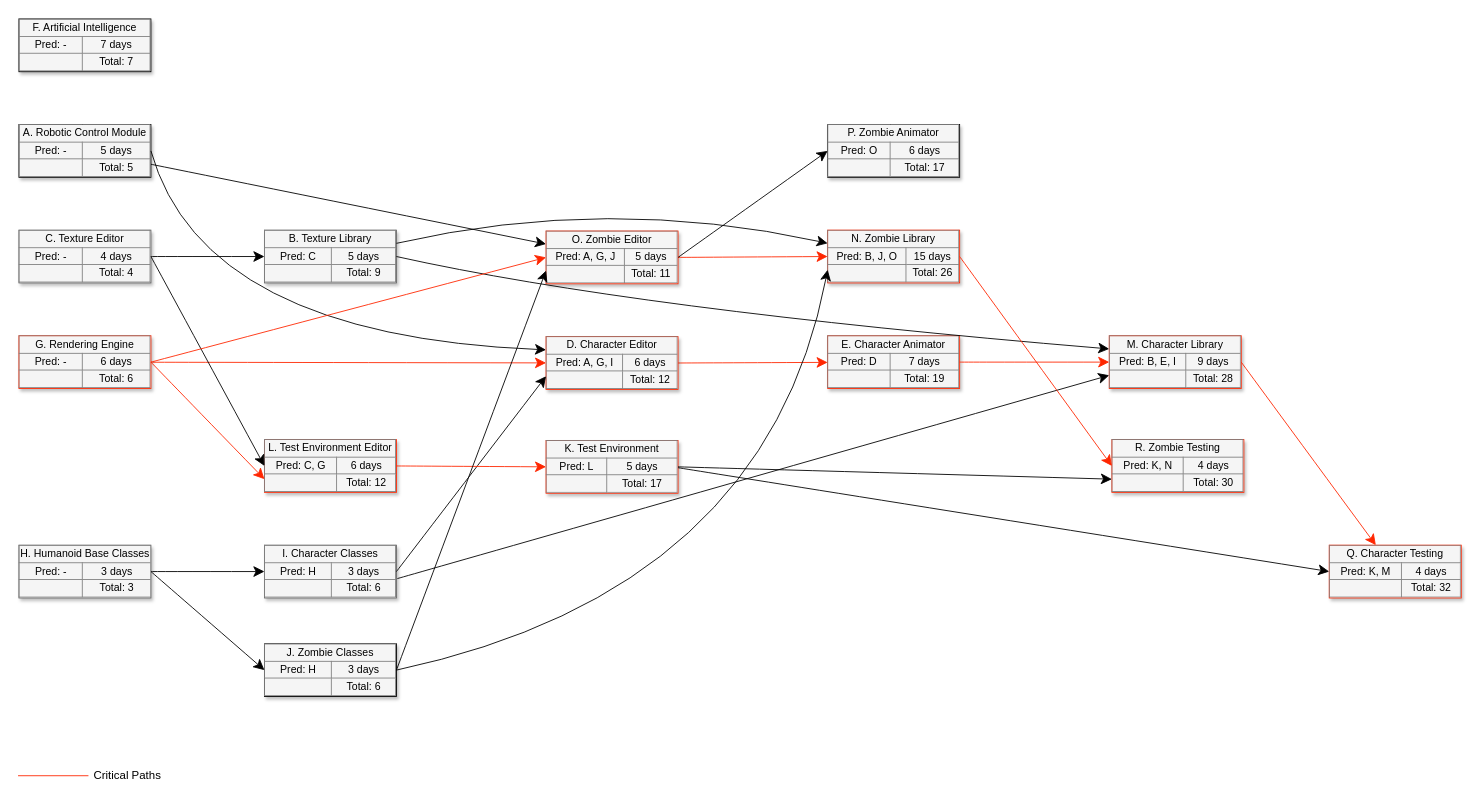
This is Untitled Diagram.drawio from bagheeraja/PERT, a draw.io file, before an edit. Source tidied: cells renumbered, new cells numbered last; positions are measured from the earlier drawing's top-left corner, leaving out a move shared by most shapes. Both pictures are drawn from the tidied source at 88%, with x=0, y=0 at pixel (18, 18).
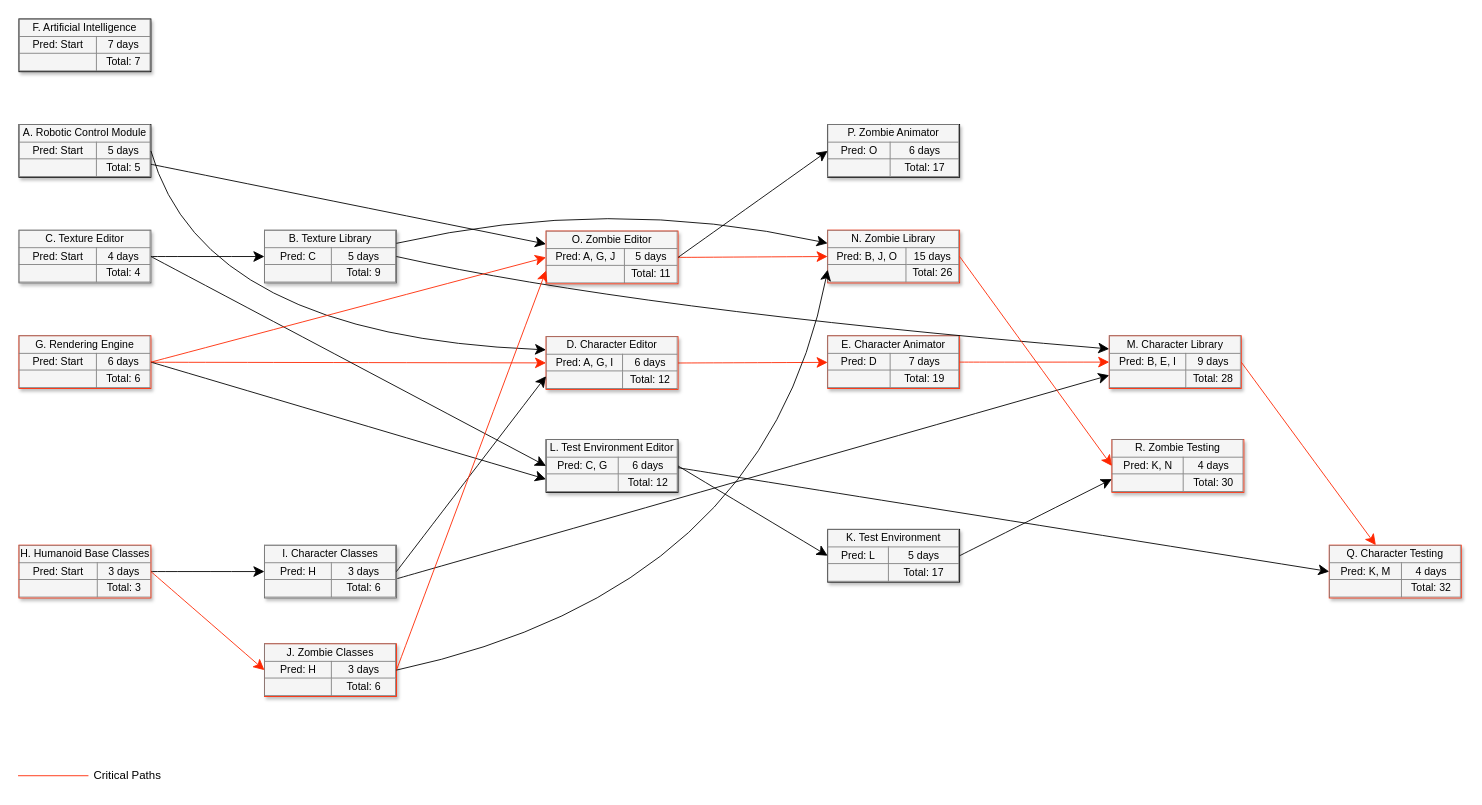
After the change.

The change refers to these unchanged cells:
```xml
<mxCell id="12" value="&lt;table border=&quot;1&quot; width=&quot;100%&quot; style=&quot;width: 100% ; height: 100% ; border-collapse: collapse&quot;&gt;&lt;tbody&gt;&lt;tr&gt;&lt;td colspan=&quot;2&quot; align=&quot;center&quot;&gt;&lt;font style=&quot;font-size: 12px&quot;&gt;O. Zombie Editor&lt;/font&gt;&lt;/td&gt;&lt;/tr&gt;&lt;tr&gt;&lt;td align=&quot;center&quot;&gt;Pred: A, G, J&lt;/td&gt;&lt;td align=&quot;center&quot;&gt;&lt;font style=&quot;font-size: 12px&quot;&gt;5 days&lt;/font&gt;&lt;/td&gt;&lt;/tr&gt;&lt;tr&gt;&lt;td align=&quot;center&quot;&gt;&lt;/td&gt;&lt;td align=&quot;center&quot;&gt;Total: 11&lt;/td&gt;&lt;/tr&gt;&lt;/tbody&gt;&lt;/table&gt;" style="text;html=1;strokeColor=light-dark(#ff2600, #ff9090);fillColor=#f5f5f5;overflow=fill;rounded=0;shadow=1;fontSize=12;align=center;" parent="1" vertex="1">
  <mxGeometry x="600" y="241" width="150" height="60" as="geometry" />
</mxCell>
```

Change to the diagram source:
```diff
@@
-    <mxCell id="3" value="&lt;table border=&quot;1&quot; width=&quot;100%&quot; style=&quot;width: 100% ; height: 100% ; border-collapse: collapse&quot;&gt;&lt;tbody&gt;&lt;tr&gt;&lt;td colspan=&quot;2&quot; align=&quot;center&quot;&gt;A. Robotic Control Module&lt;/td&gt;&lt;/tr&gt;&lt;tr&gt;&lt;td align=&quot;center&quot;&gt;Pred: -&lt;/td&gt;&lt;td align=&quot;center&quot;&gt;&lt;font style=&quot;font-size: 12px;&quot;&gt;5 days&lt;/font&gt;&lt;/td&gt;&lt;/tr&gt;&lt;tr&gt;&lt;td align=&quot;center&quot;&gt;&lt;/td&gt;&lt;td align=&quot;center&quot;&gt;Total: 5&lt;/td&gt;&lt;/tr&gt;&lt;/tbody&gt;&lt;/table&gt;" style="text;html=1;strokeColor=light-dark(#000000, #ff9090);fillColor=#f5f5f5;overflow=fill;rounded=0;shadow=1;fontSize=12;align=center;" parent="1" vertex="1">
+    <mxCell id="3" value="&lt;table border=&quot;1&quot; width=&quot;100%&quot; style=&quot;width: 100% ; height: 100% ; border-collapse: collapse&quot;&gt;&lt;tbody&gt;&lt;tr&gt;&lt;td colspan=&quot;2&quot; align=&quot;center&quot;&gt;A. Robotic Control Module&lt;/td&gt;&lt;/tr&gt;&lt;tr&gt;&lt;td align=&quot;center&quot;&gt;Pred: Start&lt;/td&gt;&lt;td align=&quot;center&quot;&gt;&lt;font style=&quot;font-size: 12px;&quot;&gt;5 days&lt;/font&gt;&lt;/td&gt;&lt;/tr&gt;&lt;tr&gt;&lt;td align=&quot;center&quot;&gt;&lt;/td&gt;&lt;td align=&quot;center&quot;&gt;Total: 5&lt;/td&gt;&lt;/tr&gt;&lt;/tbody&gt;&lt;/table&gt;" style="text;html=1;strokeColor=light-dark(#000000, #ff9090);fillColor=#f5f5f5;overflow=fill;rounded=0;shadow=1;fontSize=12;align=center;" parent="1" vertex="1">
       <mxGeometry x="1" y="120" width="150" height="60" as="geometry" />
     </mxCell>
-    <mxCell id="4" value="&lt;table border=&quot;1&quot; width=&quot;100%&quot; style=&quot;width: 100% ; height: 100% ; border-collapse: collapse&quot;&gt;&lt;tbody&gt;&lt;tr&gt;&lt;td colspan=&quot;2&quot; align=&quot;center&quot;&gt;&lt;font style=&quot;font-size: 12px&quot;&gt;K. Test Environment&lt;/font&gt;&lt;/td&gt;&lt;/tr&gt;&lt;tr&gt;&lt;td align=&quot;center&quot;&gt;Pred: L&lt;/td&gt;&lt;td align=&quot;center&quot;&gt;&lt;font style=&quot;font-size: 12px&quot;&gt;5 days&lt;/font&gt;&lt;/td&gt;&lt;/tr&gt;&lt;tr&gt;&lt;td align=&quot;center&quot;&gt;&lt;/td&gt;&lt;td align=&quot;center&quot;&gt;Total: 17&lt;/td&gt;&lt;/tr&gt;&lt;/tbody&gt;&lt;/table&gt;" style="text;html=1;strokeColor=light-dark(#ff2600, #ff9090);fillColor=#f5f5f5;overflow=fill;rounded=0;shadow=1;fontSize=12;align=center;" parent="1" vertex="1">
-      <mxGeometry x="600" y="479" width="150" height="60" as="geometry" />
+    <mxCell id="4" value="&lt;table border=&quot;1&quot; width=&quot;100%&quot; style=&quot;width: 100% ; height: 100% ; border-collapse: collapse&quot;&gt;&lt;tbody&gt;&lt;tr&gt;&lt;td colspan=&quot;2&quot; align=&quot;center&quot;&gt;&lt;font style=&quot;font-size: 12px&quot;&gt;K. Test Environment&lt;/font&gt;&lt;/td&gt;&lt;/tr&gt;&lt;tr&gt;&lt;td align=&quot;center&quot;&gt;Pred: L&lt;/td&gt;&lt;td align=&quot;center&quot;&gt;&lt;font style=&quot;font-size: 12px&quot;&gt;5 days&lt;/font&gt;&lt;/td&gt;&lt;/tr&gt;&lt;tr&gt;&lt;td align=&quot;center&quot;&gt;&lt;/td&gt;&lt;td align=&quot;center&quot;&gt;Total: 17&lt;/td&gt;&lt;/tr&gt;&lt;/tbody&gt;&lt;/table&gt;" style="text;html=1;strokeColor=light-dark(#000000,#FF9090);fillColor=#f5f5f5;overflow=fill;rounded=0;shadow=1;fontSize=12;align=center;" parent="1" vertex="1">
+      <mxGeometry x="920" y="580" width="150" height="60" as="geometry" />
     </mxCell>
@@
-    <mxCell id="11" value="&lt;table border=&quot;1&quot; width=&quot;100%&quot; style=&quot;width: 100% ; height: 100% ; border-collapse: collapse&quot;&gt;&lt;tbody&gt;&lt;tr&gt;&lt;td colspan=&quot;2&quot; align=&quot;center&quot;&gt;F. Artificial Intelligence&lt;/td&gt;&lt;/tr&gt;&lt;tr&gt;&lt;td align=&quot;center&quot;&gt;Pred: -&lt;/td&gt;&lt;td align=&quot;center&quot;&gt;&lt;font style=&quot;font-size: 12px&quot;&gt;7 days&lt;/font&gt;&lt;/td&gt;&lt;/tr&gt;&lt;tr&gt;&lt;td align=&quot;center&quot;&gt;&lt;/td&gt;&lt;td align=&quot;center&quot;&gt;Total: 7&lt;/td&gt;&lt;/tr&gt;&lt;/tbody&gt;&lt;/table&gt;" style="text;html=1;strokeColor=light-dark(#000000,#FF9090);fillColor=#f5f5f5;overflow=fill;rounded=0;shadow=1;fontSize=12;align=center;" parent="1" vertex="1">
+    <mxCell id="11" value="&lt;table border=&quot;1&quot; width=&quot;100%&quot; style=&quot;width: 100% ; height: 100% ; border-collapse: collapse&quot;&gt;&lt;tbody&gt;&lt;tr&gt;&lt;td colspan=&quot;2&quot; align=&quot;center&quot;&gt;F. Artificial Intelligence&lt;/td&gt;&lt;/tr&gt;&lt;tr&gt;&lt;td align=&quot;center&quot;&gt;Pred: Start&lt;/td&gt;&lt;td align=&quot;center&quot;&gt;&lt;font style=&quot;font-size: 12px&quot;&gt;7 days&lt;/font&gt;&lt;/td&gt;&lt;/tr&gt;&lt;tr&gt;&lt;td align=&quot;center&quot;&gt;&lt;/td&gt;&lt;td align=&quot;center&quot;&gt;Total: 7&lt;/td&gt;&lt;/tr&gt;&lt;/tbody&gt;&lt;/table&gt;" style="text;html=1;strokeColor=light-dark(#000000,#FF9090);fillColor=#f5f5f5;overflow=fill;rounded=0;shadow=1;fontSize=12;align=center;" parent="1" vertex="1">
       <mxGeometry x="1" width="150" height="60" as="geometry" />
     </mxCell>
@@
-    <mxCell id="14" value="&lt;table border=&quot;1&quot; width=&quot;100%&quot; style=&quot;width: 100% ; height: 100% ; border-collapse: collapse&quot;&gt;&lt;tbody&gt;&lt;tr&gt;&lt;td colspan=&quot;2&quot; align=&quot;center&quot;&gt;C. Texture Editor&lt;/td&gt;&lt;/tr&gt;&lt;tr&gt;&lt;td align=&quot;center&quot;&gt;Pred: -&lt;/td&gt;&lt;td align=&quot;center&quot;&gt;&lt;font style=&quot;font-size: 12px&quot;&gt;4 days&lt;/font&gt;&lt;/td&gt;&lt;/tr&gt;&lt;tr&gt;&lt;td align=&quot;center&quot;&gt;&lt;/td&gt;&lt;td align=&quot;center&quot;&gt;Total: 4&lt;/td&gt;&lt;/tr&gt;&lt;/tbody&gt;&lt;/table&gt;" style="text;html=1;strokeColor=#666666;fillColor=#f5f5f5;overflow=fill;rounded=0;shadow=1;fontSize=12;align=center;" parent="1" vertex="1">
+    <mxCell id="14" value="&lt;table border=&quot;1&quot; width=&quot;100%&quot; style=&quot;width: 100% ; height: 100% ; border-collapse: collapse&quot;&gt;&lt;tbody&gt;&lt;tr&gt;&lt;td colspan=&quot;2&quot; align=&quot;center&quot;&gt;C. Texture Editor&lt;/td&gt;&lt;/tr&gt;&lt;tr&gt;&lt;td align=&quot;center&quot;&gt;Pred: Start&lt;/td&gt;&lt;td align=&quot;center&quot;&gt;&lt;font style=&quot;font-size: 12px&quot;&gt;4 days&lt;/font&gt;&lt;/td&gt;&lt;/tr&gt;&lt;tr&gt;&lt;td align=&quot;center&quot;&gt;&lt;/td&gt;&lt;td align=&quot;center&quot;&gt;Total: 4&lt;/td&gt;&lt;/tr&gt;&lt;/tbody&gt;&lt;/table&gt;" style="text;html=1;strokeColor=#666666;fillColor=#f5f5f5;overflow=fill;rounded=0;shadow=1;fontSize=12;align=center;" parent="1" vertex="1">
       <mxGeometry x="1" y="240" width="150" height="60" as="geometry" />
     </mxCell>
@@
-    <mxCell id="16" value="&lt;table border=&quot;1&quot; width=&quot;100%&quot; style=&quot;width: 100% ; height: 100% ; border-collapse: collapse&quot;&gt;&lt;tbody&gt;&lt;tr&gt;&lt;td colspan=&quot;2&quot; align=&quot;center&quot;&gt;G. Rendering Engine&lt;/td&gt;&lt;/tr&gt;&lt;tr&gt;&lt;td align=&quot;center&quot;&gt;Pred: -&lt;/td&gt;&lt;td align=&quot;center&quot;&gt;&lt;font style=&quot;font-size: 12px&quot;&gt;6 days&lt;/font&gt;&lt;/td&gt;&lt;/tr&gt;&lt;tr&gt;&lt;td align=&quot;center&quot;&gt;&lt;/td&gt;&lt;td align=&quot;center&quot;&gt;Total: 6&lt;/td&gt;&lt;/tr&gt;&lt;/tbody&gt;&lt;/table&gt;" style="text;html=1;strokeColor=light-dark(#ff2600, #959595);fillColor=#f5f5f5;overflow=fill;rounded=0;shadow=1;fontSize=12;align=center;" parent="1" vertex="1">
+    <mxCell id="16" value="&lt;table border=&quot;1&quot; width=&quot;100%&quot; style=&quot;width: 100% ; height: 100% ; border-collapse: collapse&quot;&gt;&lt;tbody&gt;&lt;tr&gt;&lt;td colspan=&quot;2&quot; align=&quot;center&quot;&gt;G. Rendering Engine&lt;/td&gt;&lt;/tr&gt;&lt;tr&gt;&lt;td align=&quot;center&quot;&gt;Pred: Start&lt;/td&gt;&lt;td align=&quot;center&quot;&gt;&lt;font style=&quot;font-size: 12px&quot;&gt;6 days&lt;/font&gt;&lt;/td&gt;&lt;/tr&gt;&lt;tr&gt;&lt;td align=&quot;center&quot;&gt;&lt;/td&gt;&lt;td align=&quot;center&quot;&gt;Total: 6&lt;/td&gt;&lt;/tr&gt;&lt;/tbody&gt;&lt;/table&gt;" style="text;html=1;strokeColor=light-dark(#ff2600, #959595);fillColor=#f5f5f5;overflow=fill;rounded=0;shadow=1;fontSize=12;align=center;" parent="1" vertex="1">
       <mxGeometry x="1" y="360" width="150" height="60" as="geometry" />
     </mxCell>
-    <mxCell id="17" value="&lt;table border=&quot;1&quot; width=&quot;100%&quot; style=&quot;width: 100% ; height: 100% ; border-collapse: collapse&quot;&gt;&lt;tbody&gt;&lt;tr&gt;&lt;td colspan=&quot;2&quot; align=&quot;center&quot;&gt;J. Zombie Classes&lt;/td&gt;&lt;/tr&gt;&lt;tr&gt;&lt;td align=&quot;center&quot;&gt;Pred: H&lt;/td&gt;&lt;td align=&quot;center&quot;&gt;&lt;font style=&quot;font-size: 12px&quot;&gt;3 days&lt;/font&gt;&lt;/td&gt;&lt;/tr&gt;&lt;tr&gt;&lt;td align=&quot;center&quot;&gt;&lt;/td&gt;&lt;td align=&quot;center&quot;&gt;Total: 6&lt;/td&gt;&lt;/tr&gt;&lt;/tbody&gt;&lt;/table&gt;" style="text;html=1;strokeColor=light-dark(#000000, #ff9090);fillColor=#f5f5f5;overflow=fill;rounded=0;shadow=1;fontSize=12;align=center;" parent="1" vertex="1">
+    <mxCell id="17" value="&lt;table border=&quot;1&quot; width=&quot;100%&quot; style=&quot;width: 100% ; height: 100% ; border-collapse: collapse&quot;&gt;&lt;tbody&gt;&lt;tr&gt;&lt;td colspan=&quot;2&quot; align=&quot;center&quot;&gt;J. Zombie Classes&lt;/td&gt;&lt;/tr&gt;&lt;tr&gt;&lt;td align=&quot;center&quot;&gt;Pred: H&lt;/td&gt;&lt;td align=&quot;center&quot;&gt;&lt;font style=&quot;font-size: 12px&quot;&gt;3 days&lt;/font&gt;&lt;/td&gt;&lt;/tr&gt;&lt;tr&gt;&lt;td align=&quot;center&quot;&gt;&lt;/td&gt;&lt;td align=&quot;center&quot;&gt;Total: 6&lt;/td&gt;&lt;/tr&gt;&lt;/tbody&gt;&lt;/table&gt;" style="text;html=1;strokeColor=light-dark(#ff2600, #ff9090);fillColor=#f5f5f5;overflow=fill;rounded=0;shadow=1;fontSize=12;align=center;" parent="1" vertex="1">
       <mxGeometry x="280" y="710" width="150" height="60" as="geometry" />
     </mxCell>
@@
-    <mxCell id="21" value="&lt;table border=&quot;1&quot; width=&quot;100%&quot; style=&quot;width: 100% ; height: 100% ; border-collapse: collapse&quot;&gt;&lt;tbody&gt;&lt;tr&gt;&lt;td colspan=&quot;2&quot; align=&quot;center&quot;&gt;&lt;font style=&quot;font-size: 12px&quot;&gt;H. Humanoid Base Classes&lt;/font&gt;&lt;/td&gt;&lt;/tr&gt;&lt;tr&gt;&lt;td align=&quot;center&quot;&gt;Pred: -&lt;/td&gt;&lt;td align=&quot;center&quot;&gt;&lt;font style=&quot;font-size: 12px&quot;&gt;3 days&lt;/font&gt;&lt;/td&gt;&lt;/tr&gt;&lt;tr&gt;&lt;td align=&quot;center&quot;&gt;&lt;br&gt;&lt;/td&gt;&lt;td align=&quot;center&quot;&gt;Total: 3&lt;/td&gt;&lt;/tr&gt;&lt;/tbody&gt;&lt;/table&gt;" style="text;html=1;strokeColor=#666666;fillColor=#f5f5f5;overflow=fill;rounded=0;shadow=1;fontSize=12;align=center;" parent="1" vertex="1">
+    <mxCell id="21" value="&lt;table border=&quot;1&quot; width=&quot;100%&quot; style=&quot;width: 100% ; height: 100% ; border-collapse: collapse&quot;&gt;&lt;tbody&gt;&lt;tr&gt;&lt;td colspan=&quot;2&quot; align=&quot;center&quot;&gt;&lt;font style=&quot;font-size: 12px&quot;&gt;H. Humanoid Base Classes&lt;/font&gt;&lt;/td&gt;&lt;/tr&gt;&lt;tr&gt;&lt;td align=&quot;center&quot;&gt;Pred: Start&lt;/td&gt;&lt;td align=&quot;center&quot;&gt;&lt;font style=&quot;font-size: 12px&quot;&gt;3 days&lt;/font&gt;&lt;/td&gt;&lt;/tr&gt;&lt;tr&gt;&lt;td align=&quot;center&quot;&gt;&lt;br&gt;&lt;/td&gt;&lt;td align=&quot;center&quot;&gt;Total: 3&lt;/td&gt;&lt;/tr&gt;&lt;/tbody&gt;&lt;/table&gt;" style="text;html=1;strokeColor=light-dark(#ff2600, #959595);fillColor=#f5f5f5;overflow=fill;rounded=0;shadow=1;fontSize=12;align=center;" parent="1" vertex="1">
       <mxGeometry x="1" y="598" width="150" height="60" as="geometry" />
     </mxCell>
@@
-    <mxCell id="25" value="&lt;table border=&quot;1&quot; width=&quot;100%&quot; style=&quot;width: 100% ; height: 100% ; border-collapse: collapse&quot;&gt;&lt;tbody&gt;&lt;tr&gt;&lt;td colspan=&quot;2&quot; align=&quot;center&quot;&gt;&lt;font style=&quot;font-size: 12px&quot;&gt;L. Test Environment Editor&lt;/font&gt;&lt;/td&gt;&lt;/tr&gt;&lt;tr&gt;&lt;td align=&quot;center&quot;&gt;Pred: C, G&lt;/td&gt;&lt;td align=&quot;center&quot;&gt;&lt;font style=&quot;font-size: 12px&quot;&gt;6 days&lt;/font&gt;&lt;/td&gt;&lt;/tr&gt;&lt;tr&gt;&lt;td align=&quot;center&quot;&gt;&lt;/td&gt;&lt;td align=&quot;center&quot;&gt;Total: 12&lt;/td&gt;&lt;/tr&gt;&lt;/tbody&gt;&lt;/table&gt;" style="text;html=1;strokeColor=light-dark(#ff2600, #959595);fillColor=#f5f5f5;overflow=fill;rounded=0;shadow=1;fontSize=12;align=center;" parent="1" vertex="1">
-      <mxGeometry x="280" y="478" width="150" height="60" as="geometry" />
+    <mxCell id="25" value="&lt;table border=&quot;1&quot; width=&quot;100%&quot; style=&quot;width: 100% ; height: 100% ; border-collapse: collapse&quot;&gt;&lt;tbody&gt;&lt;tr&gt;&lt;td colspan=&quot;2&quot; align=&quot;center&quot;&gt;&lt;font style=&quot;font-size: 12px&quot;&gt;L. Test Environment Editor&lt;/font&gt;&lt;/td&gt;&lt;/tr&gt;&lt;tr&gt;&lt;td align=&quot;center&quot;&gt;Pred: C, G&lt;/td&gt;&lt;td align=&quot;center&quot;&gt;&lt;font style=&quot;font-size: 12px&quot;&gt;6 days&lt;/font&gt;&lt;/td&gt;&lt;/tr&gt;&lt;tr&gt;&lt;td align=&quot;center&quot;&gt;&lt;/td&gt;&lt;td align=&quot;center&quot;&gt;Total: 12&lt;/td&gt;&lt;/tr&gt;&lt;/tbody&gt;&lt;/table&gt;" style="text;html=1;strokeColor=light-dark(#000000,#959595);fillColor=#f5f5f5;overflow=fill;rounded=0;shadow=1;fontSize=12;align=center;" parent="1" vertex="1">
+      <mxGeometry x="600" y="478" width="150" height="60" as="geometry" />
     </mxCell>
-    <mxCell id="26" style="edgeStyle=none;curved=1;html=1;startSize=10;endArrow=classic;endFill=1;endSize=10;strokeWidth=1;fontSize=12;entryX=0;entryY=0.5;entryDx=0;entryDy=0;exitX=1;exitY=0.5;exitDx=0;exitDy=0;" parent="1" edge="1" source="21" target="17">
+    <mxCell id="26" style="edgeStyle=none;curved=1;html=1;startSize=10;endArrow=classic;endFill=1;endSize=10;strokeWidth=1;fontSize=12;entryX=0;entryY=0.5;entryDx=0;entryDy=0;exitX=1;exitY=0.5;exitDx=0;exitDy=0;strokeColor=light-dark(#ff2600, #ededed);" parent="1" edge="1" source="21" target="17">
       <mxGeometry relative="1" as="geometry" />
     </mxCell>
@@
-    <mxCell id="29" style="edgeStyle=none;curved=1;html=1;startSize=10;endArrow=classic;endFill=1;endSize=10;strokeWidth=1;fontSize=12;exitX=1;exitY=0.5;exitDx=0;exitDy=0;entryX=0;entryY=0.75;entryDx=0;entryDy=0;strokeColor=light-dark(#ff2600, #ededed);" parent="1" edge="1" source="16" target="25">
+    <mxCell id="29" style="edgeStyle=none;curved=1;html=1;startSize=10;endArrow=classic;endFill=1;endSize=10;strokeWidth=1;fontSize=12;exitX=1;exitY=0.5;exitDx=0;exitDy=0;entryX=0;entryY=0.75;entryDx=0;entryDy=0;strokeColor=light-dark(#000000,#EDEDED);" parent="1" edge="1" source="16" target="25">
       <mxGeometry relative="1" as="geometry" />
     </mxCell>
@@
-    <mxCell id="31" style="edgeStyle=none;curved=1;html=1;startSize=10;endArrow=classic;endFill=1;endSize=10;strokeWidth=1;fontSize=12;entryX=0;entryY=0.5;entryDx=0;entryDy=0;exitX=1;exitY=0.5;exitDx=0;exitDy=0;strokeColor=light-dark(#ff2600, #ededed);" parent="1" edge="1" source="25" target="4">
+    <mxCell id="31" style="edgeStyle=none;curved=1;html=1;startSize=10;endArrow=classic;endFill=1;endSize=10;strokeWidth=1;fontSize=12;entryX=0;entryY=0.5;entryDx=0;entryDy=0;exitX=1;exitY=0.5;exitDx=0;exitDy=0;strokeColor=light-dark(#000000,#EDEDED);" parent="1" edge="1" source="25" target="4">
       <mxGeometry relative="1" as="geometry" />
     </mxCell>
@@
-    <mxCell id="36" style="edgeStyle=none;curved=1;html=1;startSize=10;endArrow=classic;endFill=1;endSize=10;strokeColor=light-dark(#000000, #ff9090);strokeWidth=1;fontSize=12;exitX=1;exitY=0.5;exitDx=0;exitDy=0;entryX=0;entryY=0.75;entryDx=0;entryDy=0;" parent="1" edge="1" source="17" target="12">
+    <mxCell id="36" style="edgeStyle=none;curved=1;html=1;startSize=10;endArrow=classic;endFill=1;endSize=10;strokeColor=light-dark(#ff2600, #ff9090);strokeWidth=1;fontSize=12;exitX=1;exitY=0.5;exitDx=0;exitDy=0;entryX=0;entryY=0.75;entryDx=0;entryDy=0;" parent="1" edge="1" source="17" target="12">
       <mxGeometry relative="1" as="geometry" />
     </mxCell>
```
